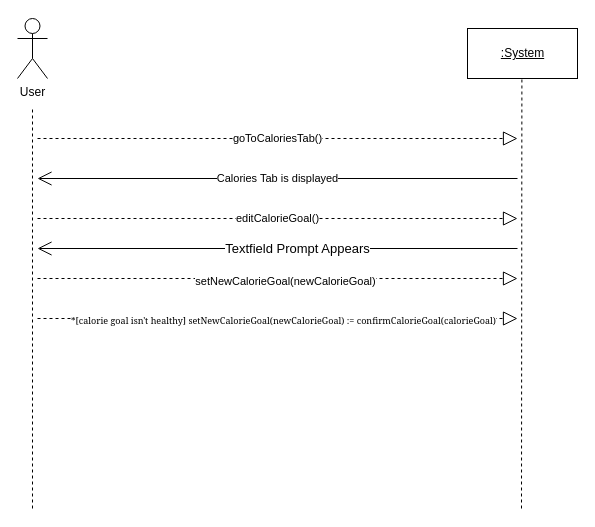
Earlier version of the draw.io diagram SSD - Set Calories Goal.drawio (Esaied19/Team-Albatross). Source tidied: cells renumbered, new cells numbered last; positions are measured from the earlier drawing's top-left corner, leaving out a move shared by most shapes. Both pictures are drawn from the tidied source at 100%, with x=0, y=0 at pixel (17, 18).
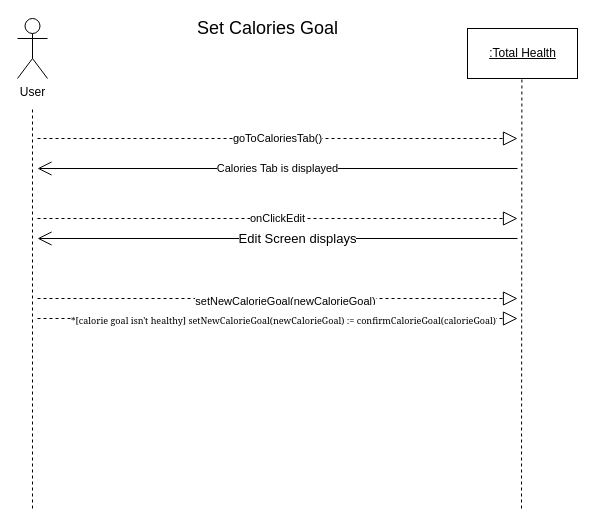
After the change.

Change to the diagram source:
```diff
@@
-    <mxCell id="3" value="&lt;u&gt;:System&lt;/u&gt;" style="html=1;" parent="1" vertex="1">
+    <mxCell id="3" value="&lt;u&gt;:Total Health&lt;/u&gt;" style="html=1;" parent="1" vertex="1">
       <mxGeometry x="450" y="10" width="110" height="50" as="geometry" />
     </mxCell>
@@
     <mxCell id="6" value="Calories Tab is displayed" style="endArrow=open;endFill=1;endSize=12;html=1;rounded=0;" parent="1" edge="1">
       <mxGeometry relative="1" as="geometry">
-        <mxPoint x="500" y="160" as="sourcePoint" />
-        <mxPoint x="20" y="160" as="targetPoint" />
+        <mxPoint x="500" y="150" as="sourcePoint" />
+        <mxPoint x="20" y="150" as="targetPoint" />
       </mxGeometry>
     </mxCell>
@@
     <mxCell id="8" style="endArrow=open;endFill=1;endSize=12;html=1;rounded=0;" parent="1" edge="1">
       <mxGeometry relative="1" as="geometry">
-        <mxPoint x="500" y="230" as="sourcePoint" />
-        <mxPoint x="20" y="230" as="targetPoint" />
+        <mxPoint x="500" y="220" as="sourcePoint" />
+        <mxPoint x="20" y="220" as="targetPoint" />
       </mxGeometry>
     </mxCell>
-    <mxCell id="9" value="&lt;span style=&quot;font-size: 13px ; color: #000000 ; font-weight: normal ; text-decoration: none ; font-family: &amp;#34;arial&amp;#34; ; font-style: normal&quot;&gt;Textfield Prompt Appears&lt;/span&gt;" style="edgeLabel;html=1;align=center;verticalAlign=middle;" parent="8" vertex="1">
+    <mxCell id="9" value="&lt;span style=&quot;font-size: 13px ; color: #000000 ; font-weight: normal ; text-decoration: none ; font-family: &amp;#34;arial&amp;#34; ; font-style: normal&quot;&gt;Edit Screen displays&lt;/span&gt;" style="edgeLabel;html=1;align=center;verticalAlign=middle;" parent="8" vertex="1">
       <mxGeometry x="-0.08" y="-1" relative="1" as="geometry" />
     </mxCell>
-    <mxCell id="10" value="editCalorieGoal()" style="endArrow=block;dashed=1;endFill=0;endSize=12;html=1;rounded=0;" parent="1" edge="1">
+    <mxCell id="10" value="onClickEdit" style="endArrow=block;dashed=1;endFill=0;endSize=12;html=1;rounded=0;" parent="1" edge="1">
       <mxGeometry relative="1" as="geometry">
         <mxPoint x="20" y="200" as="sourcePoint" />
         <mxPoint x="500" y="200" as="targetPoint" />
       </mxGeometry>
     </mxCell>
     <mxCell id="11" style="endArrow=block;dashed=1;endFill=0;endSize=12;html=1;rounded=0;" parent="1" edge="1">
       <mxGeometry relative="1" as="geometry">
-        <mxPoint x="20" y="260" as="sourcePoint" />
-        <mxPoint x="500" y="260" as="targetPoint" />
+        <mxPoint x="20" y="280" as="sourcePoint" />
+        <mxPoint x="500" y="280" as="targetPoint" />
       </mxGeometry>
     </mxCell>
@@
+    <mxCell id="15" value="&lt;font style=&quot;font-size: 18px&quot;&gt;Set Calories Goal&lt;/font&gt;" style="text;html=1;align=center;verticalAlign=middle;fillColor=none;strokeColor=none;rounded=0;" parent="1" vertex="1">
+      <mxGeometry x="170" width="160" height="20" as="geometry" />
+    </mxCell>
```
